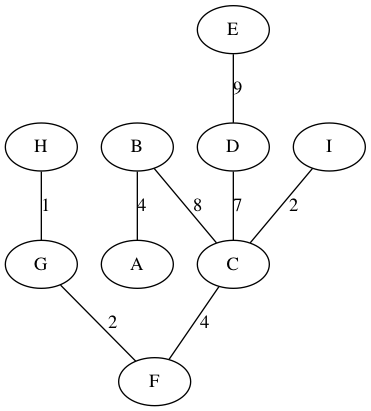
Above: files/g14mst_kruskal.png in gyuho/goraph (Graphviz), before the change. Its source is kept beside it as algorithm/mst/kruskal/g14mst_kruskal.dot.
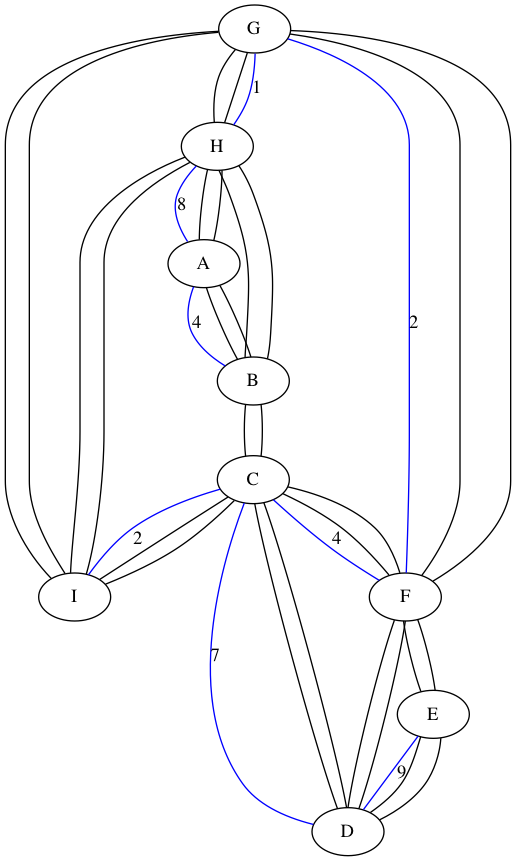
After the commit.

The edit, as a diff of the source:
```diff
@@ -1,10 +1,38 @@
 graph KruskalMST {
-	H -- G [label=1]
-	I -- C [label=2]
-	G -- F [label=2]
-	B -- A [label=4]
-	C -- F [label=4]
-	D -- C [label=7]
-	B -- C [label=8]
-	E -- D [label=9]
+	G -- H [label=1, color=blue]
+	G -- F [label=2, color=blue]
+	C -- I [label=2, color=blue]
+	C -- F [label=4, color=blue]
+	B -- A [label=4, color=blue]
+	C -- D [label=7, color=blue]
+	A -- H [label=8, color=blue]
+	E -- D [label=9, color=blue]
+	G -- H
+	H -- G
+	G -- F
+	C -- I
+	I -- C
+	F -- G
+	C -- F
+	B -- A
+	F -- C
+	A -- B
+	I -- G
+	G -- I
+	I -- H
+	C -- D
+	D -- C
+	H -- I
+	A -- H
+	C -- B
+	B -- C
+	H -- A
+	E -- D
+	D -- E
+	F -- E
+	E -- F
+	B -- H
+	H -- B
+	F -- D
+	D -- F
 }
```
